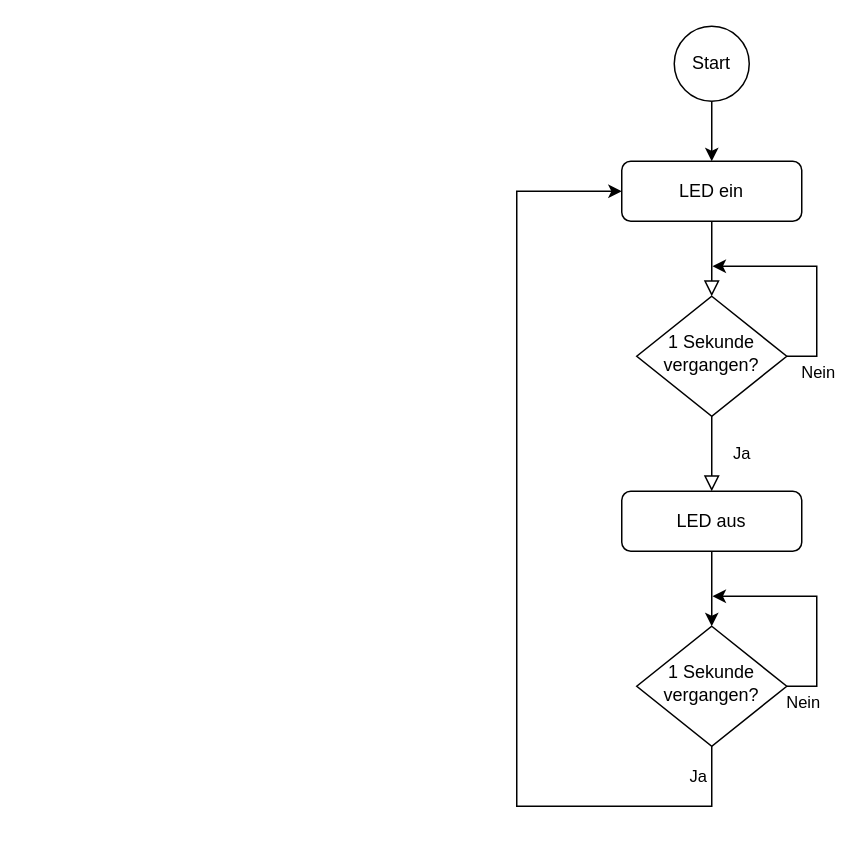
The draw.io diagram blinkingLedDelay.drawio in jahnhtl/flussdiagramme, before the edit. Source tidied: cells renumbered, new cells numbered last; positions are measured from the earlier drawing's top-left corner, leaving out a move shared by most shapes. Both pictures are drawn from the tidied source at 150%, with x=0, y=0 at pixel (516, 26).
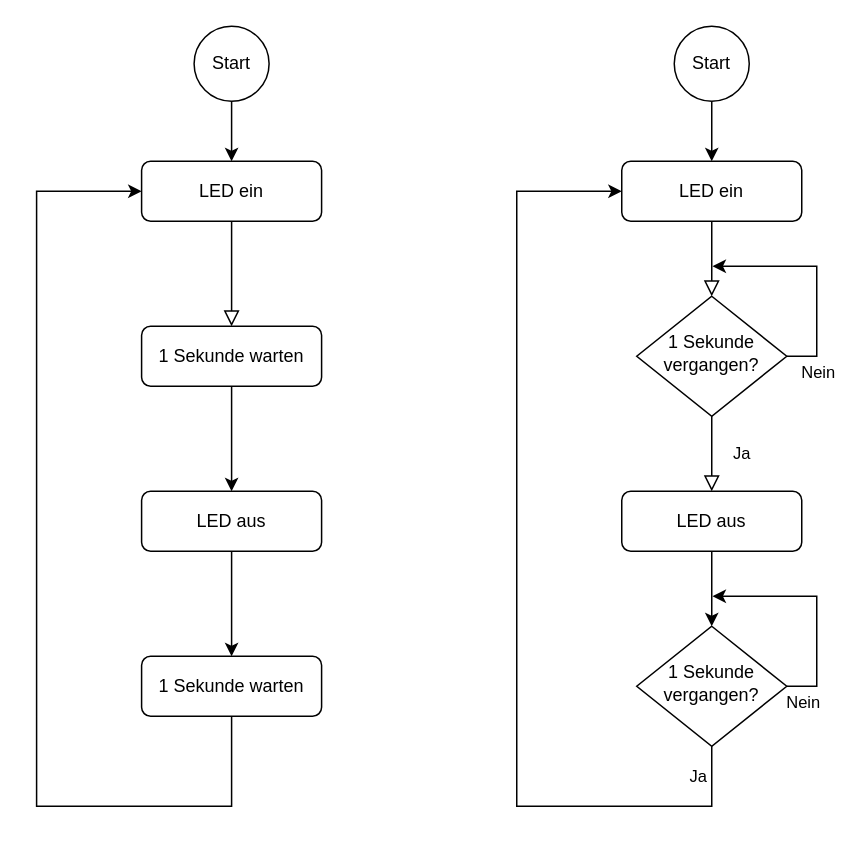
After the change.

Diff of the diagram source:
```diff
@@
+    <mxCell id="17" style="rounded=0;html=1;jettySize=auto;fontSize=11;endArrow=block;endFill=0;endSize=8;strokeWidth=1;shadow=0;labelBackgroundColor=none;edgeStyle=orthogonalEdgeStyle;" parent="1" edge="1" source="18" target="25">
+      <mxGeometry relative="1" as="geometry" />
+    </mxCell>
+    <mxCell id="18" value="LED ein" style="rounded=1;whiteSpace=wrap;html=1;fontSize=12;glass=0;strokeWidth=1;shadow=0;" parent="1" vertex="1">
+      <mxGeometry x="-250.1" y="90" width="120" height="40" as="geometry" />
+    </mxCell>
+    <mxCell id="19" style="edgeStyle=orthogonalEdgeStyle;rounded=0;jettySize=auto;html=1;exitX=0.5;exitY=1;exitDx=0;exitDy=0;entryX=0;entryY=0.5;entryDx=0;entryDy=0;" parent="1" edge="1" source="26" target="18">
+      <mxGeometry relative="1" as="geometry">
+        <Array as="points">
+          <mxPoint x="-190.1" y="520" />
+          <mxPoint x="-320.1" y="520" />
+          <mxPoint x="-320.1" y="110" />
+        </Array>
+      </mxGeometry>
+    </mxCell>
+    <mxCell id="20" style="edgeStyle=orthogonalEdgeStyle;rounded=0;jettySize=auto;html=1;exitX=0.5;exitY=1;exitDx=0;exitDy=0;entryX=0.5;entryY=0;entryDx=0;entryDy=0;" parent="1" edge="1" source="21" target="26">
+      <mxGeometry relative="1" as="geometry" />
+    </mxCell>
+    <mxCell id="21" value="LED aus" style="rounded=1;whiteSpace=wrap;html=1;fontSize=12;glass=0;strokeWidth=1;shadow=0;" parent="1" vertex="1">
+      <mxGeometry x="-250.1" y="310" width="120" height="40" as="geometry" />
+    </mxCell>
+    <mxCell id="22" style="edgeStyle=orthogonalEdgeStyle;rounded=0;jettySize=auto;html=1;exitX=0.5;exitY=1;exitDx=0;exitDy=0;entryX=0.5;entryY=0;entryDx=0;entryDy=0;" parent="1" edge="1" source="23" target="18">
+      <mxGeometry relative="1" as="geometry" />
+    </mxCell>
+    <mxCell id="23" value="&lt;div&gt;Start&lt;/div&gt;" style="ellipse;whiteSpace=wrap;html=1;" parent="1" vertex="1">
+      <mxGeometry x="-215.1" width="50" height="50" as="geometry" />
+    </mxCell>
+    <mxCell id="24" style="edgeStyle=orthogonalEdgeStyle;rounded=0;jettySize=auto;html=1;exitX=0.5;exitY=1;exitDx=0;exitDy=0;entryX=0.5;entryY=0;entryDx=0;entryDy=0;" parent="1" edge="1" source="25" target="21">
+      <mxGeometry relative="1" as="geometry" />
+    </mxCell>
+    <mxCell id="25" value="1 Sekunde warten" style="rounded=1;whiteSpace=wrap;html=1;fontSize=12;glass=0;strokeWidth=1;shadow=0;" parent="1" vertex="1">
+      <mxGeometry x="-250.1" y="200" width="120" height="40" as="geometry" />
+    </mxCell>
+    <mxCell id="26" value="1 Sekunde warten" style="rounded=1;whiteSpace=wrap;html=1;fontSize=12;glass=0;strokeWidth=1;shadow=0;" parent="1" vertex="1">
+      <mxGeometry x="-250.1" y="420" width="120" height="40" as="geometry" />
+    </mxCell>
```
